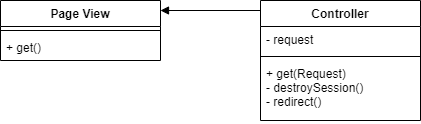
The draw.io diagram docs/ClassDiagram/diagram_images/CD-UC-02.png in youngkwon02/Enhanced-library-management, before a commit. Source tidied: cells renumbered, new cells last; positions are measured from the earlier drawing's top-left corner, leaving out a move shared by most shapes.
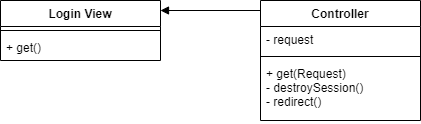
The same file after the commit.

What changed in the source:
```diff
@@ -2,7 +2,7 @@
   <root>
     <mxCell id="0" />
     <mxCell id="1" parent="0" />
-    <mxCell id="2" value="Page View" style="swimlane;fontStyle=1;align=center;verticalAlign=top;horizontal=1;startSize=26;" parent="1" vertex="1">
+    <mxCell id="2" value="Login View" style="swimlane;fontStyle=1;align=center;verticalAlign=top;horizontal=1;startSize=26;" parent="1" vertex="1">
       <mxGeometry width="160" height="60" as="geometry" />
     </mxCell>
     <mxCell id="3" style="line;strokeWidth=1;fillColor=none;align=left;verticalAlign=middle;spacingTop=-1;spacingLeft=3;spacingRight=3;labelPosition=right;" parent="2" vertex="1">
```
